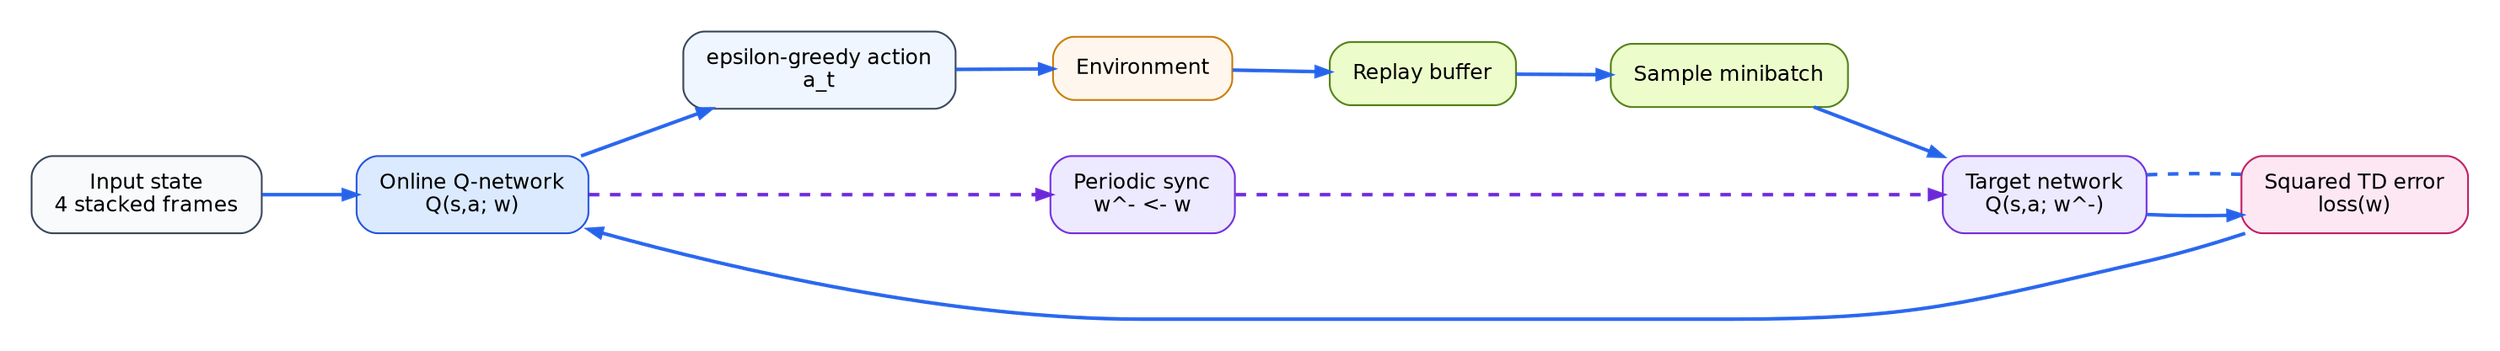
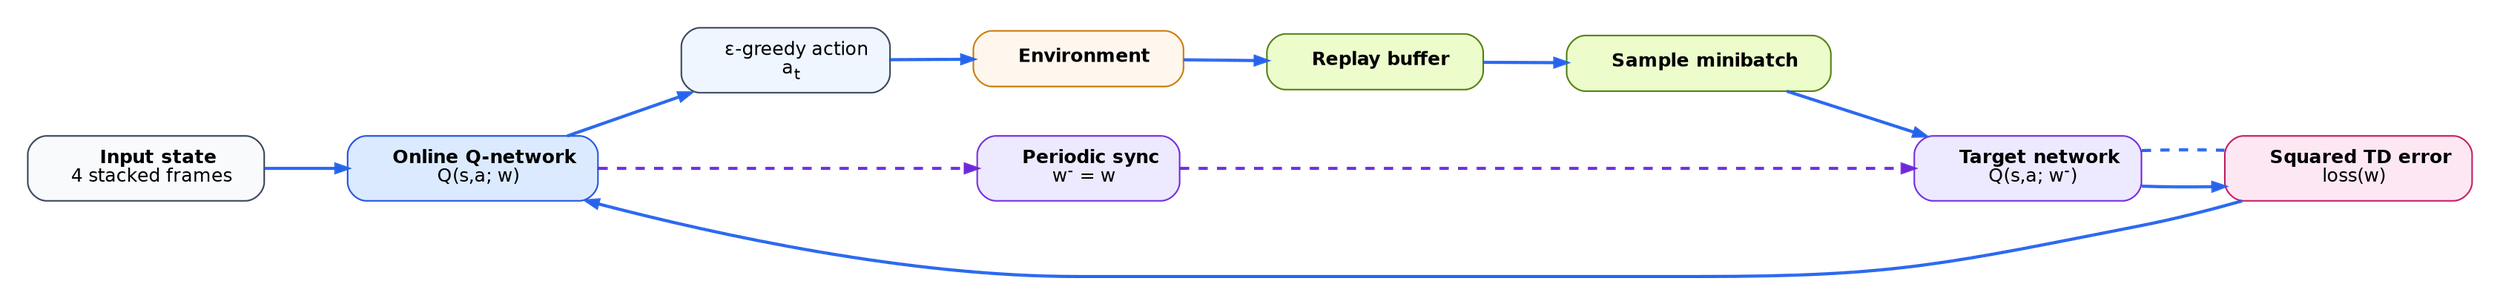
digraph DQNWorkflow {
  graph [
    rankdir=LR,
    bgcolor="transparent",
    pad="0.25",
    nodesep="0.45",
    ranksep="0.75"
  ];
  node [
    shape=box,
    style="rounded,filled",
    fontname="Helvetica",
    fontsize=12,
    margin="0.18,0.12",
    color="#334155",
    fillcolor="#f8fafc"
  ];
  edge [
    fontname="Helvetica",
    fontsize=11,
    color="#2563eb",
    arrowsize=0.75,
    penwidth=2.0
  ];

-   state [label="Input state\n4 stacked frames"];
-   online [label="Online Q-network\nQ(s,a; w)", fillcolor="#dbeafe", color="#1d4ed8"];
-   policy [label="epsilon-greedy action\na_t", fillcolor="#eff6ff"];
-   env [label="Environment", fillcolor="#fff7ed", color="#c77700"];
-   replay [label="Replay buffer", fillcolor="#ecfccb", color="#4d7c0f"];
-   sample [label="Sample minibatch", fillcolor="#ecfccb", color="#4d7c0f"];
-   target [label="Target network\nQ(s,a; w^-)", fillcolor="#ede9fe", color="#6d28d9"];
-   loss [label="Squared TD error\nloss(w)", fillcolor="#fce7f3", color="#be185d"];
-   sync [label="Periodic sync\nw^- <- w", fillcolor="#ede9fe", color="#6d28d9"];
+   state [label=<
+     <B>Input state</B><BR/>
+     4 stacked frames
+   >];
+   online [label=<
+     <B>Online Q-network</B><BR/>
+     Q(s,a; w)
+   >, fillcolor="#dbeafe", color="#1d4ed8"];
+   policy [label=<
+     &epsilon;-greedy action<BR/>
+     a<SUB>t</SUB>
+   >, fillcolor="#eff6ff"];
+   env [label=<
+     <B>Environment</B>
+   >, fillcolor="#fff7ed", color="#c77700"];
+   replay [label=<
+     <B>Replay buffer</B>
+   >, fillcolor="#ecfccb", color="#4d7c0f"];
+   sample [label=<
+     <B>Sample minibatch</B>
+   >, fillcolor="#ecfccb", color="#4d7c0f"];
+   target [label=<
+     <B>Target network</B><BR/>
+     Q(s,a; w<SUP>-</SUP>)
+   >, fillcolor="#ede9fe", color="#6d28d9"];
+   loss [label=<
+     <B>Squared TD error</B><BR/>
+     loss(w)
+   >, fillcolor="#fce7f3", color="#be185d"];
+   sync [label=<
+     <B>Periodic sync</B><BR/>
+     w<SUP>-</SUP> = w
+   >, fillcolor="#ede9fe", color="#6d28d9"];

  state -> online -> policy -> env -> replay -> sample -> target -> loss -> online;
  target -> loss [style=dashed, arrowhead=none];
  online -> sync [style=dashed, color="#6d28d9"];
  sync -> target [style=dashed, color="#6d28d9"];
}
